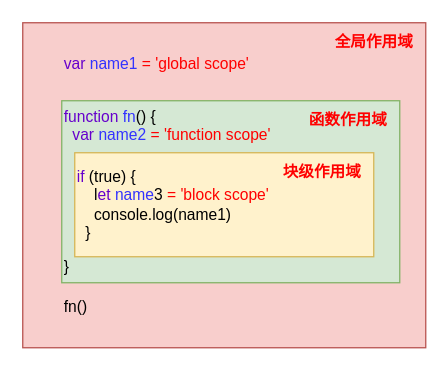
wbbhacker/drawFile keeps this draw.io diagram as 作用域.drawio. Above is the earlier version. Source tidied: cells renumbered, new cells numbered last; positions are measured from the earlier drawing's top-left corner, leaving out a move shared by most shapes. Both pictures are drawn from the tidied source at 130%, with x=0, y=0 at pixel (22, 22).
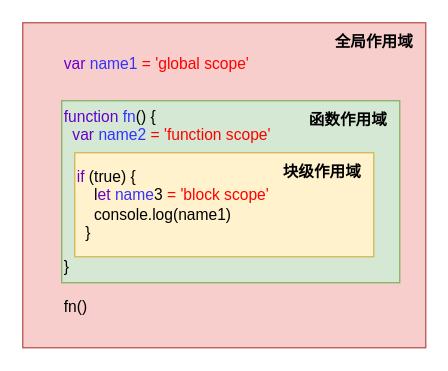
The same page after the edit.

Commit message (it also covers changes not shown here):
更新作用域.drawio

What changed in the source:
```diff
@@
 <mxGraphModel>
   <root>
     <mxCell id="0" />
     <mxCell id="1" parent="0" />
     <mxCell id="2" style="rounded=0;whiteSpace=wrap;html=1;fillColor=#f8cecc;strokeColor=#b85450;" parent="1" vertex="1">
       <mxGeometry width="310" height="250" as="geometry" />
     </mxCell>
     <mxCell id="3" value="&lt;font color=&quot;#6600cc&quot;&gt;var&lt;/font&gt; &lt;font color=&quot;#3333ff&quot;&gt;name1&lt;/font&gt; &lt;font color=&quot;#ff0000&quot;&gt;= 'global scope'&lt;/font&gt;&lt;br&gt;&lt;br&gt;&lt;br&gt;&lt;br&gt;&lt;br&gt;&lt;br&gt;&lt;br&gt;&lt;br&gt;&lt;br&gt;&lt;br&gt;&lt;br&gt;&lt;br&gt;&lt;br&gt;fn()" style="text;html=1;align=left;verticalAlign=middle;" parent="1" vertex="1">
       <mxGeometry x="30" y="20" width="170" height="210" as="geometry" />
     </mxCell>
     <mxCell id="4" style="rounded=0;whiteSpace=wrap;html=1;fillColor=#d5e8d4;strokeColor=#82b366;" parent="1" vertex="1">
       <mxGeometry x="30" y="60" width="260" height="140" as="geometry" />
     </mxCell>
     <mxCell id="5" value="&lt;div&gt;&lt;font color=&quot;#6600cc&quot;&gt;function&lt;/font&gt; &lt;font color=&quot;#3333ff&quot;&gt;fn&lt;/font&gt;() {&lt;/div&gt;&lt;div&gt;&amp;nbsp; &lt;font color=&quot;#6600cc&quot;&gt;var &lt;/font&gt;&lt;font color=&quot;#3333ff&quot;&gt;name2&lt;/font&gt; &lt;font color=&quot;#ff0000&quot;&gt;= 'function scope'&lt;/font&gt;&lt;/div&gt;&lt;div&gt;&amp;nbsp;&amp;nbsp;&lt;/div&gt;&lt;div&gt;&lt;br&gt;&lt;/div&gt;&lt;div&gt;&lt;br&gt;&lt;/div&gt;&lt;div&gt;&lt;br&gt;&lt;/div&gt;&lt;div&gt;&lt;br&gt;&lt;/div&gt;&lt;div&gt;&lt;br&gt;&lt;/div&gt;&lt;div&gt;}&lt;/div&gt;" style="text;html=1;align=left;verticalAlign=middle;" parent="1" vertex="1">
       <mxGeometry x="30" y="60" width="180" height="140" as="geometry" />
     </mxCell>
     <mxCell id="6" style="rounded=0;whiteSpace=wrap;html=1;fillColor=#fff2cc;strokeColor=#d6b656;" parent="1" vertex="1">
       <mxGeometry x="40" y="100" width="230" height="80" as="geometry" />
     </mxCell>
     <mxCell id="7" value="&lt;div style=&quot;&quot;&gt;&lt;font color=&quot;#6600cc&quot;&gt;if &lt;/font&gt;(true) {&lt;/div&gt;&lt;div style=&quot;&quot;&gt;&amp;nbsp; &amp;nbsp; l&lt;font color=&quot;#6600cc&quot;&gt;et&lt;/font&gt; &lt;font color=&quot;#3333ff&quot;&gt;name&lt;/font&gt;3 &lt;font color=&quot;#ff0000&quot;&gt;= 'block scope'&lt;/font&gt;&lt;/div&gt;&lt;div style=&quot;&quot;&gt;&amp;nbsp; &amp;nbsp; console.log(name1)&lt;/div&gt;&lt;div style=&quot;&quot;&gt;&amp;nbsp; }&lt;/div&gt;" style="text;html=1;align=left;verticalAlign=middle;strokeColor=none;fillColor=none;" parent="1" vertex="1">
       <mxGeometry x="40" y="105" width="170" height="70" as="geometry" />
     </mxCell>
-    <mxCell id="8" value="全局作用域" style="text;html=1;align=center;verticalAlign=middle;strokeColor=none;fillColor=none;fontColor=#FF0000;fontStyle=1;" parent="1" vertex="1">
+    <mxCell id="8" value="&lt;font color=&quot;#000000&quot;&gt;全局作用域&lt;/font&gt;" style="text;html=1;align=center;verticalAlign=middle;strokeColor=none;fillColor=none;fontColor=#FF0000;fontStyle=1;" parent="1" vertex="1">
       <mxGeometry x="230" width="80" height="30" as="geometry" />
     </mxCell>
-    <mxCell id="9" value="函数作用域" style="text;html=1;align=center;verticalAlign=middle;strokeColor=none;fillColor=none;fontColor=#FF0000;fontStyle=1;" parent="1" vertex="1">
+    <mxCell id="9" value="&lt;font color=&quot;#000000&quot;&gt;函数作用域&lt;/font&gt;" style="text;html=1;align=center;verticalAlign=middle;strokeColor=none;fillColor=none;fontColor=#FF0000;fontStyle=1;" parent="1" vertex="1">
       <mxGeometry x="210" y="60" width="80" height="30" as="geometry" />
     </mxCell>
-    <mxCell id="10" value="块级作用域" style="text;html=1;align=center;verticalAlign=middle;strokeColor=none;fillColor=none;fontColor=#FF0000;fontStyle=1;" parent="1" vertex="1">
+    <mxCell id="10" value="&lt;font color=&quot;#000000&quot;&gt;块级作用域&lt;/font&gt;" style="text;html=1;align=center;verticalAlign=middle;strokeColor=none;fillColor=none;fontColor=#FF0000;fontStyle=1;" parent="1" vertex="1">
       <mxGeometry x="190" y="100" width="80" height="30" as="geometry" />
     </mxCell>
   </root>
 </mxGraphModel>
```
